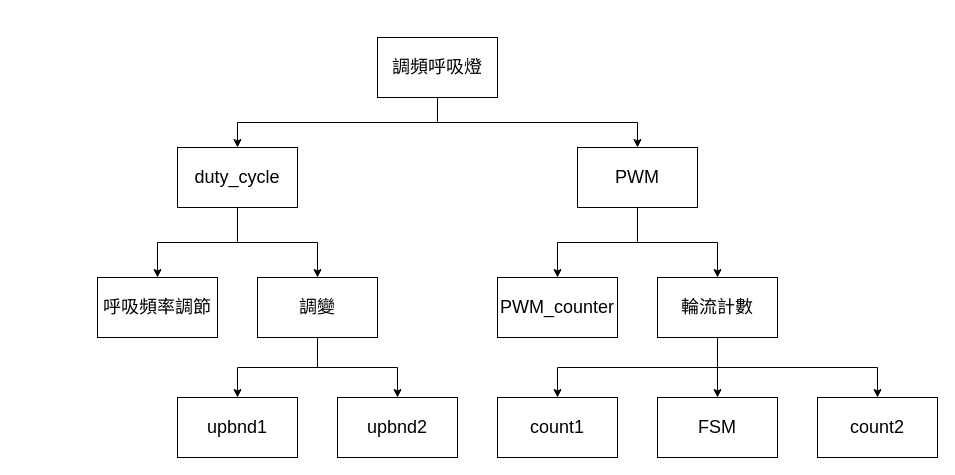
Above: page "Breakdown" (1 of 4) of S4/未命名圖表1.drawio in wsy0331/SOC-Lab (draw.io), before the change. Source tidied: cells renumbered, new cells numbered last; positions are measured from the earlier drawing's top-left corner, leaving out a move shared by most shapes. Both pictures are drawn from the tidied source at 100%, with x=0, y=0 at pixel (97, 37).
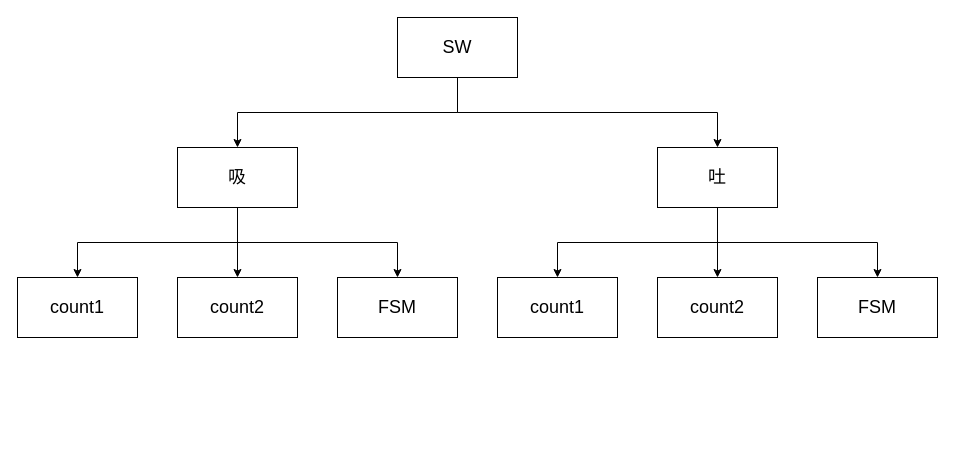
The same diagram, later.

The edit, as a diff of the source:
```diff
@@
-    <mxCell id="4" value="&lt;font style=&quot;font-size: 18px;&quot;&gt;調頻呼吸燈&lt;/font&gt;" style="rounded=0;whiteSpace=wrap;html=1;" parent="1" vertex="1">
-      <mxGeometry x="280" width="120" height="60" as="geometry" />
+    <mxCell id="4" value="&lt;font style=&quot;font-size: 18px;&quot;&gt;SW&lt;/font&gt;" style="rounded=0;whiteSpace=wrap;html=1;" parent="1" vertex="1">
+      <mxGeometry x="300" y="-20" width="120" height="60" as="geometry" />
     </mxCell>
-    <mxCell id="5" style="edgeStyle=orthogonalEdgeStyle;rounded=0;jettySize=auto;html=1;exitX=0.5;exitY=1;exitDx=0;exitDy=0;entryX=0.5;entryY=0;entryDx=0;entryDy=0;" parent="1" edge="1" source="7" target="16">
-      <mxGeometry relative="1" as="geometry" />
-    </mxCell>
-    <mxCell id="6" style="edgeStyle=orthogonalEdgeStyle;rounded=0;jettySize=auto;html=1;exitX=0.5;exitY=1;exitDx=0;exitDy=0;entryX=0.5;entryY=0;entryDx=0;entryDy=0;" parent="1" edge="1" source="7" target="19">
-      <mxGeometry relative="1" as="geometry" />
-    </mxCell>
+    <mxCell id="25" style="edgeStyle=orthogonalEdgeStyle;rounded=0;jettySize=auto;html=1;exitX=0.5;exitY=1;exitDx=0;exitDy=0;entryX=0.5;entryY=0;entryDx=0;entryDy=0;" parent="1" edge="1" source="7" target="32">
+      <mxGeometry relative="1" as="geometry" />
+    </mxCell>
+    <mxCell id="26" style="edgeStyle=orthogonalEdgeStyle;rounded=0;jettySize=auto;html=1;exitX=0.5;exitY=1;exitDx=0;exitDy=0;entryX=0.5;entryY=0;entryDx=0;entryDy=0;" parent="1" edge="1" source="7" target="31">
+      <mxGeometry relative="1" as="geometry" />
+    </mxCell>
+    <mxCell id="27" style="edgeStyle=orthogonalEdgeStyle;rounded=0;jettySize=auto;html=1;exitX=0.5;exitY=1;exitDx=0;exitDy=0;entryX=0.5;entryY=0;entryDx=0;entryDy=0;" parent="1" edge="1" source="7" target="33">
+      <mxGeometry relative="1" as="geometry" />
+    </mxCell>
-    <mxCell id="7" value="&lt;font style=&quot;font-size: 18px;&quot;&gt;duty_cycle&lt;/font&gt;" style="rounded=0;whiteSpace=wrap;html=1;" parent="1" vertex="1">
+    <mxCell id="7" value="&lt;span style=&quot;font-size: 18px;&quot;&gt;吸&lt;/span&gt;" style="rounded=0;whiteSpace=wrap;html=1;" parent="1" vertex="1">
       <mxGeometry x="80" y="110" width="120" height="60" as="geometry" />
     </mxCell>
-    <mxCell id="8" style="edgeStyle=orthogonalEdgeStyle;rounded=0;jettySize=auto;html=1;exitX=0.5;exitY=1;exitDx=0;exitDy=0;entryX=0.5;entryY=0;entryDx=0;entryDy=0;" parent="1" edge="1" source="10" target="11">
-      <mxGeometry relative="1" as="geometry" />
-    </mxCell>
-    <mxCell id="9" style="edgeStyle=orthogonalEdgeStyle;rounded=0;jettySize=auto;html=1;exitX=0.5;exitY=1;exitDx=0;exitDy=0;entryX=0.5;entryY=0;entryDx=0;entryDy=0;" parent="1" edge="1" source="10" target="15">
-      <mxGeometry relative="1" as="geometry" />
-    </mxCell>
+    <mxCell id="28" style="edgeStyle=orthogonalEdgeStyle;rounded=0;jettySize=auto;html=1;exitX=0.5;exitY=1;exitDx=0;exitDy=0;entryX=0.5;entryY=0;entryDx=0;entryDy=0;" parent="1" edge="1" source="10" target="35">
+      <mxGeometry relative="1" as="geometry" />
+    </mxCell>
+    <mxCell id="29" style="edgeStyle=orthogonalEdgeStyle;rounded=0;jettySize=auto;html=1;exitX=0.5;exitY=1;exitDx=0;exitDy=0;entryX=0.5;entryY=0;entryDx=0;entryDy=0;" parent="1" edge="1" source="10" target="34">
+      <mxGeometry relative="1" as="geometry" />
+    </mxCell>
+    <mxCell id="30" style="edgeStyle=orthogonalEdgeStyle;rounded=0;jettySize=auto;html=1;exitX=0.5;exitY=1;exitDx=0;exitDy=0;entryX=0.5;entryY=0;entryDx=0;entryDy=0;" parent="1" edge="1" source="10" target="36">
+      <mxGeometry relative="1" as="geometry" />
+    </mxCell>
-    <mxCell id="10" value="&lt;font style=&quot;font-size: 18px;&quot;&gt;PWM&lt;/font&gt;" style="rounded=0;whiteSpace=wrap;html=1;" parent="1" vertex="1">
-      <mxGeometry x="480" y="110" width="120" height="60" as="geometry" />
+    <mxCell id="10" value="&lt;span style=&quot;font-size: 18px;&quot;&gt;吐&lt;/span&gt;" style="rounded=0;whiteSpace=wrap;html=1;" parent="1" vertex="1">
+      <mxGeometry x="560" y="110" width="120" height="60" as="geometry" />
     </mxCell>
-    <mxCell id="11" value="&lt;font style=&quot;font-size: 18px;&quot;&gt;PWM_counter&lt;/font&gt;" style="rounded=0;whiteSpace=wrap;html=1;" parent="1" vertex="1">
-      <mxGeometry x="400" y="240" width="120" height="60" as="geometry" />
-    </mxCell>
-    <mxCell id="12" style="edgeStyle=orthogonalEdgeStyle;rounded=0;jettySize=auto;html=1;exitX=0.5;exitY=1;exitDx=0;exitDy=0;entryX=0.5;entryY=0;entryDx=0;entryDy=0;" parent="1" edge="1" source="15" target="24">
-      <mxGeometry relative="1" as="geometry" />
-    </mxCell>
-    <mxCell id="13" style="edgeStyle=orthogonalEdgeStyle;rounded=0;jettySize=auto;html=1;exitX=0.5;exitY=1;exitDx=0;exitDy=0;entryX=0.5;entryY=0;entryDx=0;entryDy=0;" parent="1" edge="1" source="15" target="22">
-      <mxGeometry relative="1" as="geometry" />
-    </mxCell>
-    <mxCell id="14" style="edgeStyle=orthogonalEdgeStyle;rounded=0;jettySize=auto;html=1;exitX=0.5;exitY=1;exitDx=0;exitDy=0;entryX=0.5;entryY=0;entryDx=0;entryDy=0;" parent="1" edge="1" source="15" target="23">
-      <mxGeometry relative="1" as="geometry" />
-    </mxCell>
-    <mxCell id="15" value="&lt;font style=&quot;font-size: 18px;&quot;&gt;輪流計數&lt;/font&gt;" style="rounded=0;whiteSpace=wrap;html=1;" parent="1" vertex="1">
-      <mxGeometry x="560" y="240" width="120" height="60" as="geometry" />
-    </mxCell>
-    <mxCell id="16" value="&lt;font style=&quot;font-size: 18px;&quot;&gt;呼吸頻率調節&lt;/font&gt;" style="rounded=0;whiteSpace=wrap;html=1;" parent="1" vertex="1">
-      <mxGeometry y="240" width="120" height="60" as="geometry" />
-    </mxCell>
-    <mxCell id="17" style="edgeStyle=orthogonalEdgeStyle;rounded=0;jettySize=auto;html=1;exitX=0.5;exitY=1;exitDx=0;exitDy=0;entryX=0.5;entryY=0;entryDx=0;entryDy=0;" parent="1" edge="1" source="19" target="20">
-      <mxGeometry relative="1" as="geometry" />
-    </mxCell>
-    <mxCell id="18" style="edgeStyle=orthogonalEdgeStyle;rounded=0;jettySize=auto;html=1;exitX=0.5;exitY=1;exitDx=0;exitDy=0;entryX=0.5;entryY=0;entryDx=0;entryDy=0;" parent="1" edge="1" source="19" target="21">
-      <mxGeometry relative="1" as="geometry" />
-    </mxCell>
-    <mxCell id="19" value="&lt;font style=&quot;font-size: 18px;&quot;&gt;調變&lt;/font&gt;" style="rounded=0;whiteSpace=wrap;html=1;" parent="1" vertex="1">
-      <mxGeometry x="160" y="240" width="120" height="60" as="geometry" />
-    </mxCell>
-    <mxCell id="20" value="&lt;font style=&quot;font-size: 18px;&quot;&gt;upbnd1&lt;/font&gt;" style="rounded=0;whiteSpace=wrap;html=1;" parent="1" vertex="1">
-      <mxGeometry x="80" y="360" width="120" height="60" as="geometry" />
-    </mxCell>
-    <mxCell id="21" value="&lt;font style=&quot;font-size: 18px;&quot;&gt;upbnd2&lt;/font&gt;" style="rounded=0;whiteSpace=wrap;html=1;" parent="1" vertex="1">
-      <mxGeometry x="240" y="360" width="120" height="60" as="geometry" />
-    </mxCell>
-    <mxCell id="22" value="&lt;font style=&quot;font-size: 18px;&quot;&gt;count1&lt;/font&gt;" style="rounded=0;whiteSpace=wrap;html=1;" parent="1" vertex="1">
-      <mxGeometry x="400" y="360" width="120" height="60" as="geometry" />
-    </mxCell>
-    <mxCell id="23" value="&lt;font style=&quot;font-size: 18px;&quot;&gt;count2&lt;/font&gt;" style="rounded=0;whiteSpace=wrap;html=1;" parent="1" vertex="1">
-      <mxGeometry x="720" y="360" width="120" height="60" as="geometry" />
-    </mxCell>
-    <mxCell id="24" value="&lt;span style=&quot;font-size: 18px;&quot;&gt;FSM&lt;/span&gt;" style="rounded=0;whiteSpace=wrap;html=1;" parent="1" vertex="1">
-      <mxGeometry x="560" y="360" width="120" height="60" as="geometry" />
-    </mxCell>
+    <mxCell id="31" value="&lt;span style=&quot;font-size: 18px;&quot;&gt;count1&lt;/span&gt;" style="rounded=0;whiteSpace=wrap;html=1;" parent="1" vertex="1">
+      <mxGeometry x="-80" y="240" width="120" height="60" as="geometry" />
+    </mxCell>
+    <mxCell id="32" value="&lt;span style=&quot;font-size: 18px;&quot;&gt;count2&lt;/span&gt;" style="rounded=0;whiteSpace=wrap;html=1;" parent="1" vertex="1">
+      <mxGeometry x="80" y="240" width="120" height="60" as="geometry" />
+    </mxCell>
+    <mxCell id="33" value="&lt;span style=&quot;font-size: 18px;&quot;&gt;FSM&lt;/span&gt;" style="rounded=0;whiteSpace=wrap;html=1;" parent="1" vertex="1">
+      <mxGeometry x="240" y="240" width="120" height="60" as="geometry" />
+    </mxCell>
+    <mxCell id="34" value="&lt;span style=&quot;font-size: 18px;&quot;&gt;count1&lt;/span&gt;" style="rounded=0;whiteSpace=wrap;html=1;" parent="1" vertex="1">
+      <mxGeometry x="400" y="240" width="120" height="60" as="geometry" />
+    </mxCell>
+    <mxCell id="35" value="&lt;span style=&quot;font-size: 18px;&quot;&gt;count2&lt;/span&gt;" style="rounded=0;whiteSpace=wrap;html=1;" parent="1" vertex="1">
+      <mxGeometry x="560" y="240" width="120" height="60" as="geometry" />
+    </mxCell>
+    <mxCell id="36" value="&lt;span style=&quot;font-size: 18px;&quot;&gt;FSM&lt;/span&gt;" style="rounded=0;whiteSpace=wrap;html=1;" parent="1" vertex="1">
+      <mxGeometry x="720" y="240" width="120" height="60" as="geometry" />
+    </mxCell>
```
